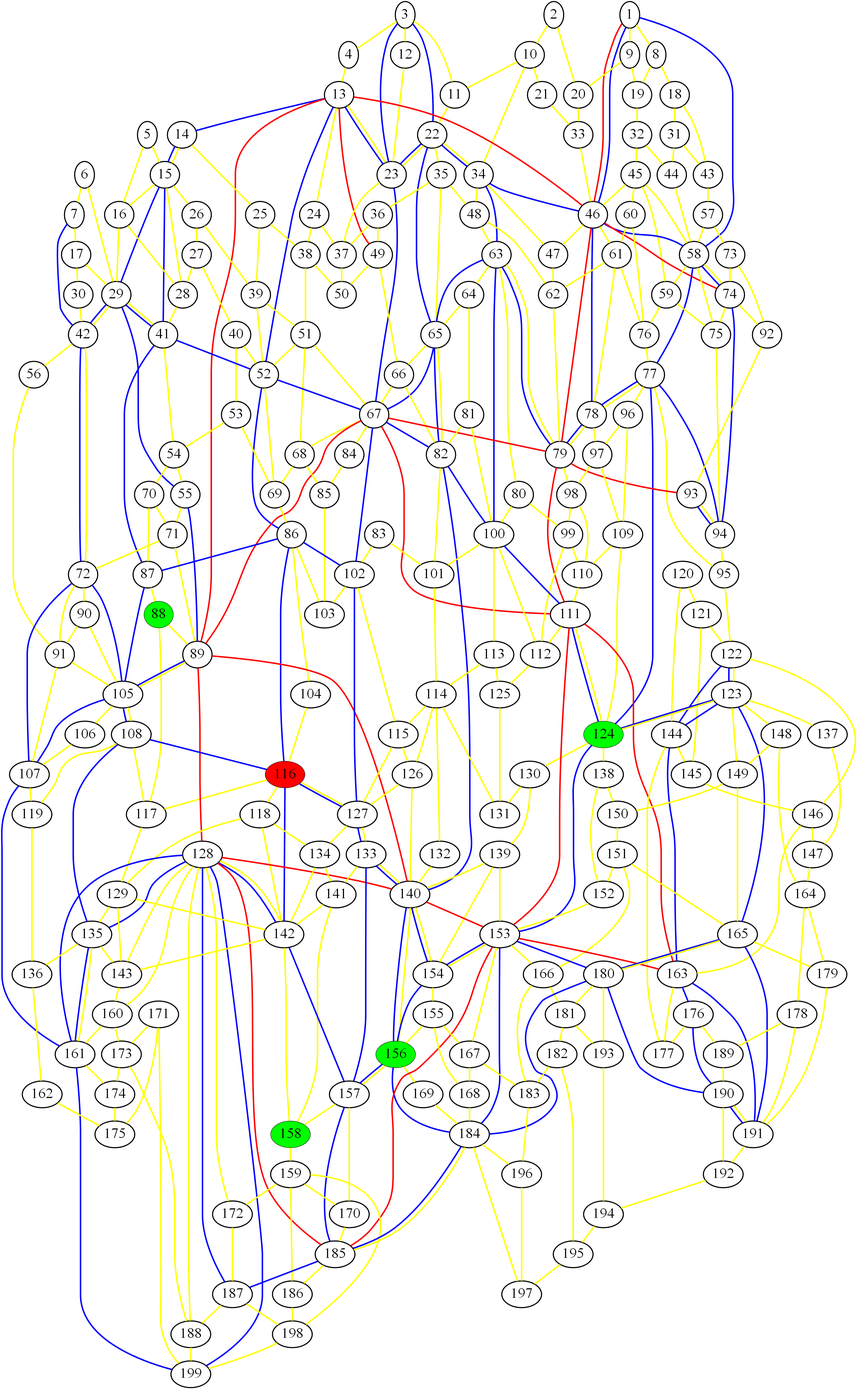
The Graphviz diagram graph_2.png in ed-churchill/complex-systems-project, before a commit. Its source is kept beside it as graph_2.gv.
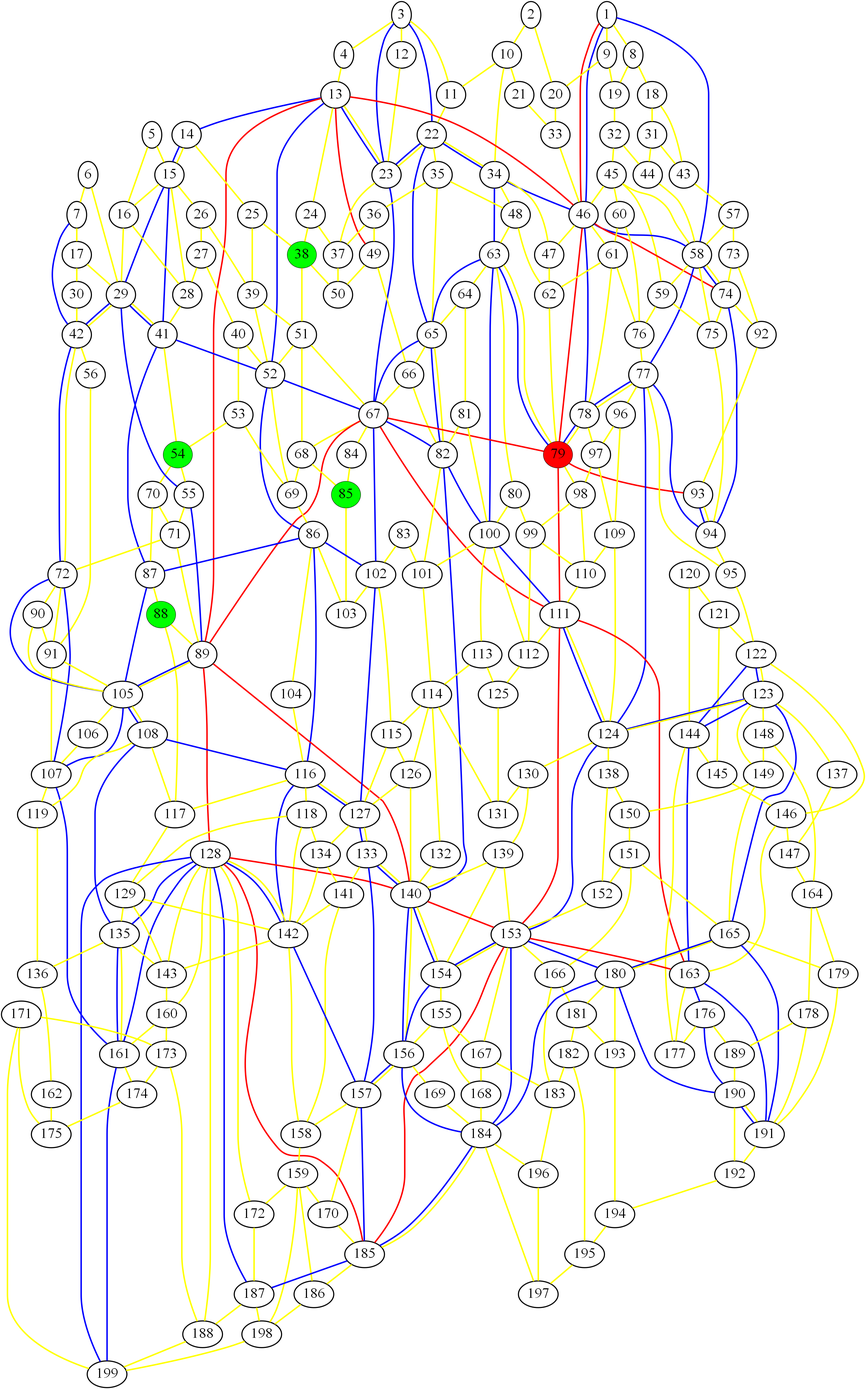
After the commit.

What changed in the source:
```diff
@@ -1,9 +1,9 @@
 graph london_graph {
-116 [fillcolor=red, fontsize=40, pendwidth=3, style=filled];
+79 [fillcolor=red, fontsize=40, pendwidth=3, style=filled];
 88 [fillcolor=green, fontsize=40, pendwidth=3, style=filled];
-124 [fillcolor=green, fontsize=40, pendwidth=3, style=filled];
-156 [fillcolor=green, fontsize=40, pendwidth=3, style=filled];
-158 [fillcolor=green, fontsize=40, pendwidth=3, style=filled];
+38 [fillcolor=green, fontsize=40, pendwidth=3, style=filled];
+54 [fillcolor=green, fontsize=40, pendwidth=3, style=filled];
+85 [fillcolor=green, fontsize=40, pendwidth=3, style=filled];
 1 [fontsize=40, penwidth=3];
 2 [fontsize=40, penwidth=3];
 3 [fontsize=40, penwidth=3];
@@ -41,7 +41,6 @@
 35 [fontsize=40, penwidth=3];
 36 [fontsize=40, penwidth=3];
 37 [fontsize=40, penwidth=3];
-38 [fontsize=40, penwidth=3];
 39 [fontsize=40, penwidth=3];
 40 [fontsize=40, penwidth=3];
 41 [fontsize=40, penwidth=3];
@@ -57,7 +56,6 @@
 51 [fontsize=40, penwidth=3];
 52 [fontsize=40, penwidth=3];
 53 [fontsize=40, penwidth=3];
-54 [fontsize=40, penwidth=3];
 55 [fontsize=40, penwidth=3];
 56 [fontsize=40, penwidth=3];
 57 [fontsize=40, penwidth=3];
@@ -82,13 +80,11 @@
 76 [fontsize=40, penwidth=3];
 77 [fontsize=40, penwidth=3];
 78 [fontsize=40, penwidth=3];
-79 [fontsize=40, penwidth=3];
 80 [fontsize=40, penwidth=3];
 81 [fontsize=40, penwidth=3];
 82 [fontsize=40, penwidth=3];
 83 [fontsize=40, penwidth=3];
 84 [fontsize=40, penwidth=3];
-85 [fontsize=40, penwidth=3];
 86 [fontsize=40, penwidth=3];
 87 [fontsize=40, penwidth=3];
 89 [fontsize=40, penwidth=3];
@@ -118,6 +114,7 @@
 113 [fontsize=40, penwidth=3];
 114 [fontsize=40, penwidth=3];
 115 [fontsize=40, penwidth=3];
+116 [fontsize=40, penwidth=3];
 117 [fontsize=40, penwidth=3];
 118 [fontsize=40, penwidth=3];
 119 [fontsize=40, penwidth=3];
@@ -125,6 +122,7 @@
 121 [fontsize=40, penwidth=3];
 122 [fontsize=40, penwidth=3];
 123 [fontsize=40, penwidth=3];
+124 [fontsize=40, penwidth=3];
 125 [fontsize=40, penwidth=3];
 126 [fontsize=40, penwidth=3];
 127 [fontsize=40, penwidth=3];
@@ -156,7 +154,9 @@
 153 [fontsize=40, penwidth=3];
 154 [fontsize=40, penwidth=3];
 155 [fontsize=40, penwidth=3];
+156 [fontsize=40, penwidth=3];
 157 [fontsize=40, penwidth=3];
+158 [fontsize=40, penwidth=3];
 159 [fontsize=40, penwidth=3];
 160 [fontsize=40, penwidth=3];
 161 [fontsize=40, penwidth=3];
```
